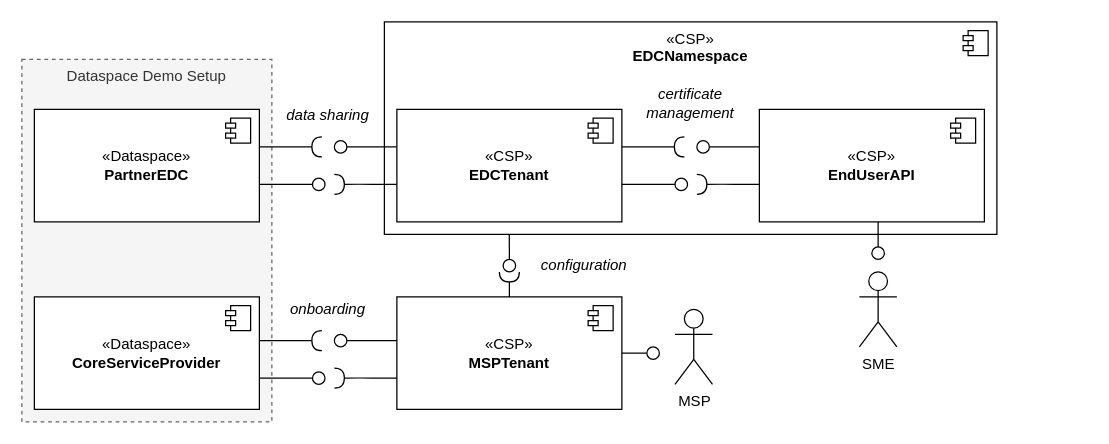
The draw.io diagram page "components" (4 of 4) of docs/files/figs/diagrams.drawio in FraunhoferISST/End-User-API, before the edit. Source tidied: cells renumbered, new cells numbered last; positions are measured from the earlier drawing's top-left corner, leaving out a move shared by most shapes. Both pictures are drawn from the tidied source at 125%, with x=0, y=0 at pixel (21, 21).
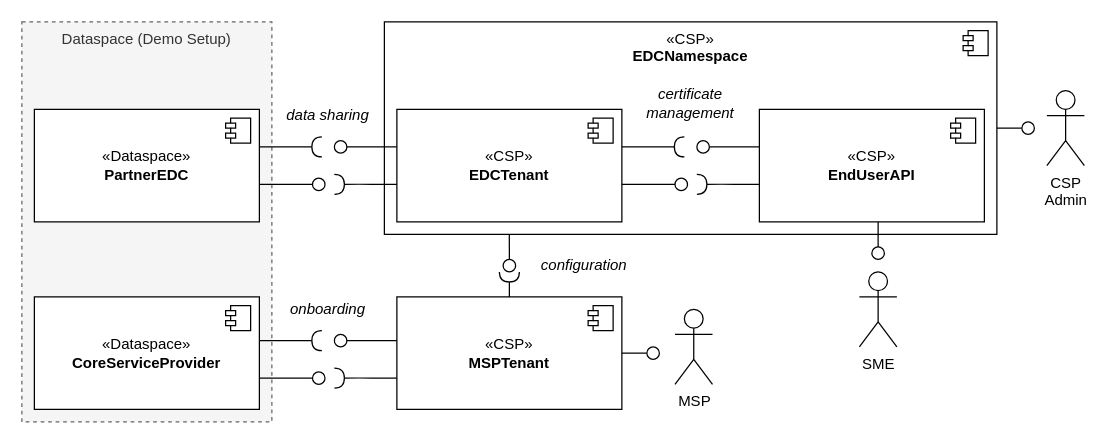
The same page after the edit.

The edit, as a diff of the source:
```diff
@@
-    <mxCell id="4" value="Dataspace Demo Setup" style="rounded=0;whiteSpace=wrap;html=1;fillColor=#f5f5f5;fontColor=#333333;strokeColor=#666666;dashed=1;verticalAlign=top;" parent="1" vertex="1">
-      <mxGeometry y="30" width="200" height="290" as="geometry" />
+    <mxCell id="4" value="Dataspace (Demo Setup)" style="rounded=0;whiteSpace=wrap;html=1;fillColor=#f5f5f5;fontColor=#333333;strokeColor=#666666;dashed=1;verticalAlign=top;" parent="1" vertex="1">
+      <mxGeometry width="200" height="320" as="geometry" />
     </mxCell>
@@
+    <mxCell id="52" style="rounded=0;jettySize=auto;html=1;endArrow=none;endFill=0;sketch=0;sourcePerimeterSpacing=0;targetPerimeterSpacing=0;exitX=1;exitY=0.5;exitDx=0;exitDy=0;" parent="1" edge="1" target="53">
+      <mxGeometry relative="1" as="geometry">
+        <mxPoint x="780" y="85" as="sourcePoint" />
+      </mxGeometry>
+    </mxCell>
+    <mxCell id="53" style="ellipse;whiteSpace=wrap;html=1;align=center;points=[];outlineConnect=0;sketch=0;" parent="1" vertex="1">
+      <mxGeometry x="800" y="80" width="10" height="10" as="geometry" />
+    </mxCell>
+    <mxCell id="54" value="CSP&lt;br&gt;Admin" style="shape=umlActor;verticalLabelPosition=bottom;verticalAlign=top;html=1;" parent="1" vertex="1">
+      <mxGeometry x="820" y="55" width="30" height="60" as="geometry" />
+    </mxCell>
```
